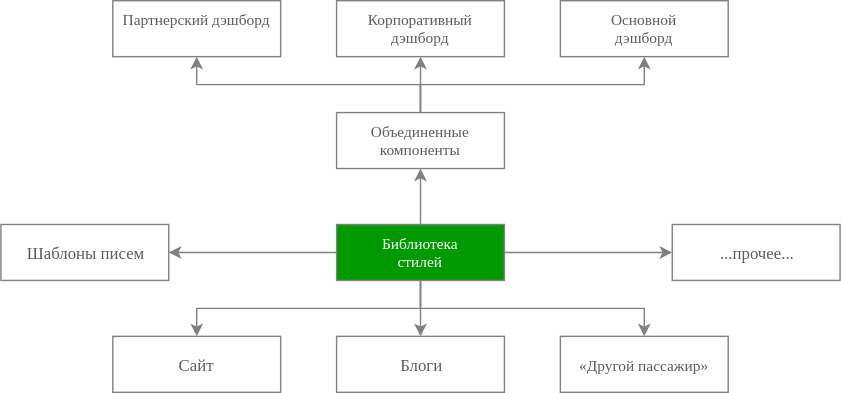
This is abubaca.svg from ajile/draw-io, a draw.io export, as it was before one commit. Source tidied: cells renumbered, new cells last; positions are measured from the earlier drawing's top-left corner, leaving out a move shared by most shapes.
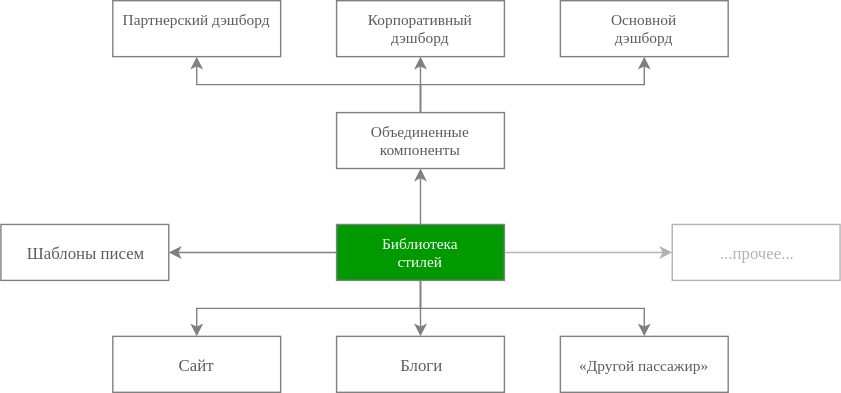
The same file after the commit.

Change to the diagram source:
```diff
@@ -47,7 +47,7 @@
     <mxCell id="16" style="edgeStyle=orthogonalEdgeStyle;rounded=0;html=1;entryX=1;entryY=0.5;labelBackgroundColor=none;startArrow=none;startFill=0;endArrow=classic;endFill=1;jettySize=auto;strokeColor=#808080;strokeWidth=1;fontFamily=Verdana;fontSize=11;fontColor=#FFFFFF;" parent="1" edge="1" source="18" target="19">
       <mxGeometry relative="1" as="geometry" />
     </mxCell>
-    <mxCell id="17" style="edgeStyle=orthogonalEdgeStyle;rounded=0;html=1;labelBackgroundColor=none;startArrow=none;startFill=0;endArrow=classic;endFill=1;jettySize=auto;strokeColor=#808080;strokeWidth=1;fontFamily=Verdana;fontSize=11;fontColor=#FFFFFF;" parent="1" edge="1" source="18" target="20">
+    <mxCell id="17" style="edgeStyle=orthogonalEdgeStyle;rounded=0;html=1;labelBackgroundColor=none;startArrow=none;startFill=0;endArrow=classic;endFill=1;jettySize=auto;strokeColor=#B3B3B3;strokeWidth=1;fontFamily=Verdana;fontSize=11;fontColor=#FFFFFF;" parent="1" edge="1" source="18" target="20">
       <mxGeometry relative="1" as="geometry" />
     </mxCell>
     <mxCell id="18" value="Библиотека&lt;br&gt;стилей&lt;br style=&quot;font-size: 11px&quot;&gt;" style="rounded=0;whiteSpace=wrap;html=1;shadow=0;strokeColor=#808080;strokeWidth=1;fillColor=#009900;gradientColor=none;fontFamily=Verdana;fontSize=11;fontColor=#FFFFFF;align=center;" parent="1" vertex="1">
@@ -56,7 +56,7 @@
     <mxCell id="19" value="Шаблоны писем&lt;br&gt;" style="rounded=0;whiteSpace=wrap;html=1;shadow=0;strokeColor=#808080;strokeWidth=1;fillColor=#ffffff;gradientColor=none;fontFamily=Verdana;fontSize=12;fontColor=#5C5C5C;align=center;" parent="1" vertex="1">
       <mxGeometry y="160" width="120" height="40" as="geometry" />
     </mxCell>
-    <mxCell id="20" value="...прочее..." style="rounded=0;whiteSpace=wrap;html=1;shadow=0;strokeColor=#808080;strokeWidth=1;fillColor=#ffffff;gradientColor=none;fontFamily=Verdana;fontSize=12;fontColor=#5C5C5C;align=center;" parent="1" vertex="1">
+    <mxCell id="20" value="...прочее..." style="rounded=0;whiteSpace=wrap;html=1;shadow=0;strokeColor=#B3B3B3;strokeWidth=1;fillColor=#ffffff;gradientColor=none;fontFamily=Verdana;fontSize=12;fontColor=#B3B3B3;align=center;" parent="1" vertex="1">
       <mxGeometry x="480" y="160" width="120" height="40" as="geometry" />
     </mxCell>
   </root>
```
